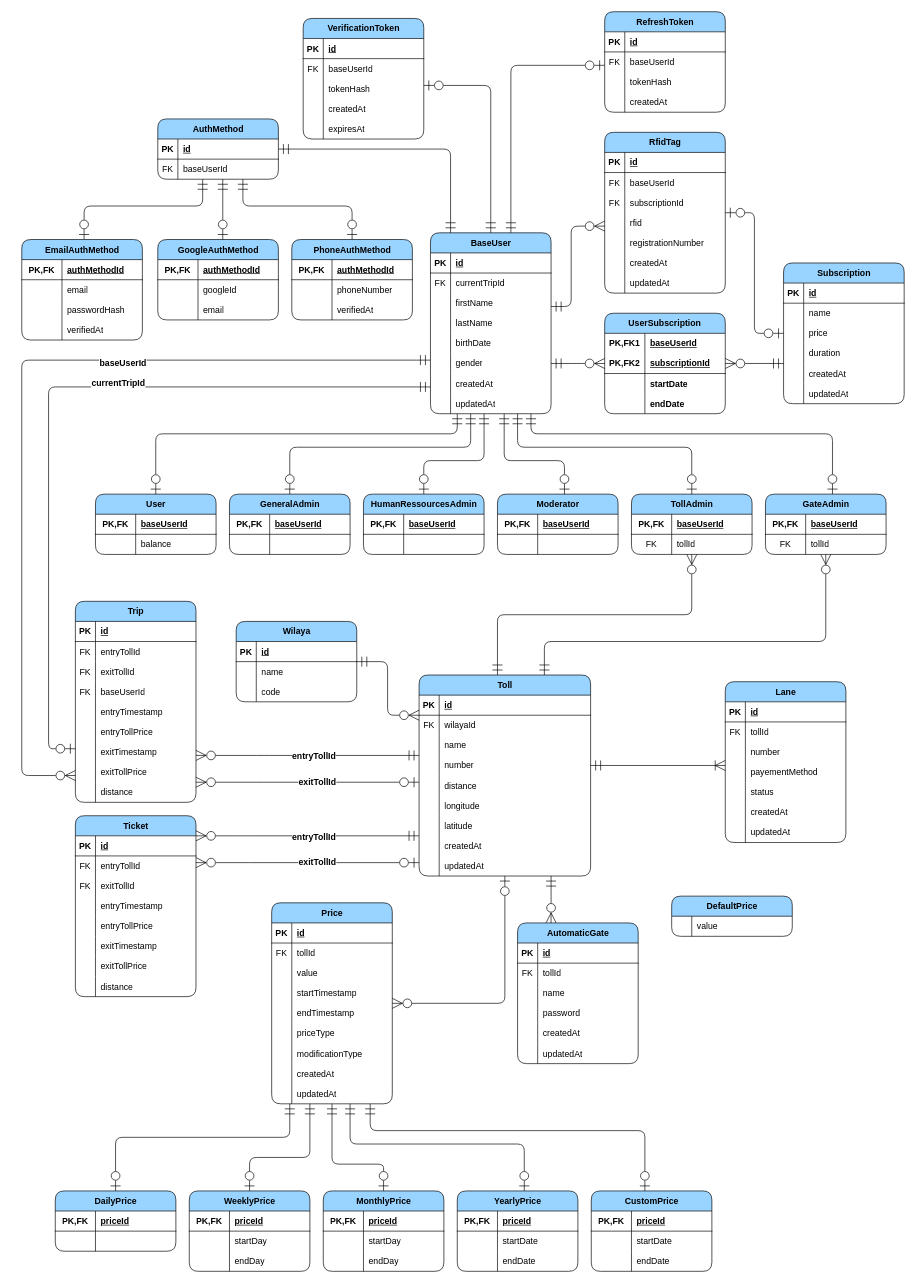
The draw.io diagram diagrams/entity-relation.drawio in devlotfi/peage-pay, before the edit. Source tidied: cells renumbered, new cells numbered last; positions are measured from the earlier drawing's top-left corner, leaving out a move shared by most shapes. Both pictures are drawn from the tidied source at 67%, with x=0, y=0 at pixel (21, 11).
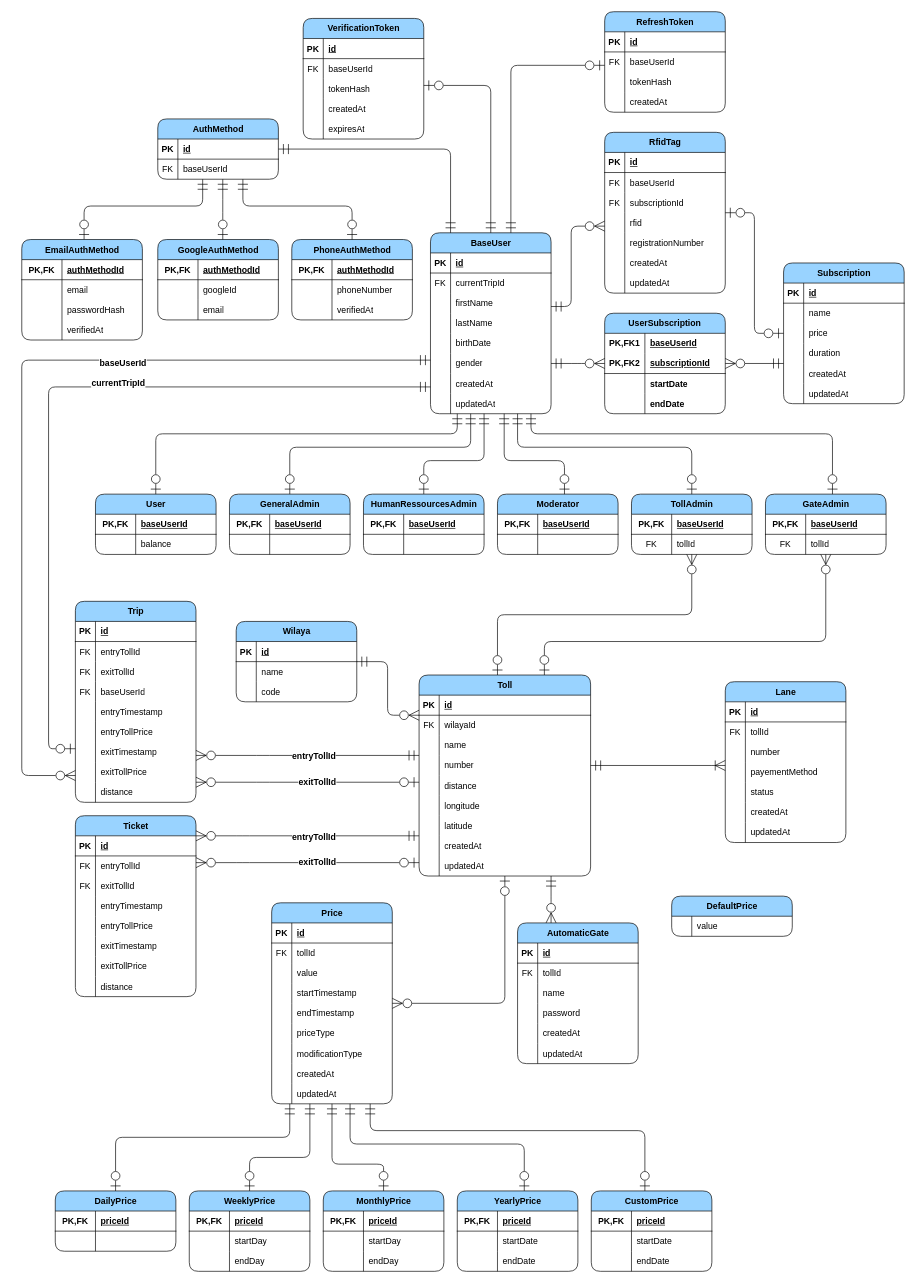
The same diagram, later.

The change refers to these unchanged cells:
```xml
<mxCell id="131" value="TollAdmin" style="shape=table;startSize=30;childLayout=tableLayout;rowLines=0;fontStyle=1;align=center;html=1;rounded=1;fillColor=#99D3FF;fontSize=13;" parent="1" vertex="1">
  <mxGeometry x="910" y="720" width="180" height="90" as="geometry" />
</mxCell>
<mxCell id="138" value="GateAdmin" style="shape=table;startSize=30;childLayout=tableLayout;rowLines=0;fontStyle=1;align=center;html=1;rounded=1;fillColor=#99D3FF;fontSize=13;" parent="1" vertex="1">
  <mxGeometry x="1110" y="720" width="180" height="90" as="geometry" />
</mxCell>
<mxCell id="210" value="Toll" style="shape=table;startSize=30;childLayout=tableLayout;rowLines=0;fontStyle=1;align=center;html=1;rounded=1;fillColor=#99D3FF;fontSize=13;" parent="1" vertex="1">
  <mxGeometry x="593" y="990" width="256" height="300" as="geometry" />
</mxCell>
```

Diff of the diagram source:
```diff
@@
-    <mxCell id="208" style="edgeStyle=orthogonalEdgeStyle;rounded=1;jettySize=auto;html=1;strokeColor=default;align=center;verticalAlign=middle;fontFamily=Helvetica;fontSize=13;fontColor=default;fontStyle=1;labelBackgroundColor=default;startArrow=ERmandOne;startFill=0;startSize=13;endArrow=ERzeroToMany;endFill=0;endSize=13;" parent="1" edge="1" source="210" target="131">
+    <mxCell id="208" style="edgeStyle=orthogonalEdgeStyle;rounded=1;jettySize=auto;html=1;strokeColor=default;align=center;verticalAlign=middle;fontFamily=Helvetica;fontSize=13;fontColor=default;fontStyle=1;labelBackgroundColor=default;startArrow=ERzeroToOne;startFill=0;startSize=13;endArrow=ERzeroToMany;endFill=0;endSize=13;" parent="1" edge="1" source="210" target="131">
       <mxGeometry relative="1" as="geometry">
         <Array as="points">
           <mxPoint x="710" y="900" />
           <mxPoint x="1000" y="900" />
         </Array>
       </mxGeometry>
     </mxCell>
-    <mxCell id="209" style="edgeStyle=orthogonalEdgeStyle;rounded=1;jettySize=auto;html=1;strokeColor=default;align=center;verticalAlign=middle;fontFamily=Helvetica;fontSize=13;fontColor=default;fontStyle=1;labelBackgroundColor=default;startArrow=ERmandOne;startFill=0;startSize=13;endArrow=ERzeroToMany;endFill=0;endSize=13;" parent="1" edge="1" source="210" target="138">
+    <mxCell id="209" style="edgeStyle=orthogonalEdgeStyle;rounded=1;jettySize=auto;html=1;strokeColor=default;align=center;verticalAlign=middle;fontFamily=Helvetica;fontSize=13;fontColor=default;fontStyle=1;labelBackgroundColor=default;startArrow=ERzeroToOne;startFill=0;startSize=13;endArrow=ERzeroToMany;endFill=0;endSize=13;" parent="1" edge="1" source="210" target="138">
       <mxGeometry relative="1" as="geometry">
         <Array as="points">
           <mxPoint x="780" y="940" />
           <mxPoint x="1200" y="940" />
         </Array>
       </mxGeometry>
     </mxCell>
```
